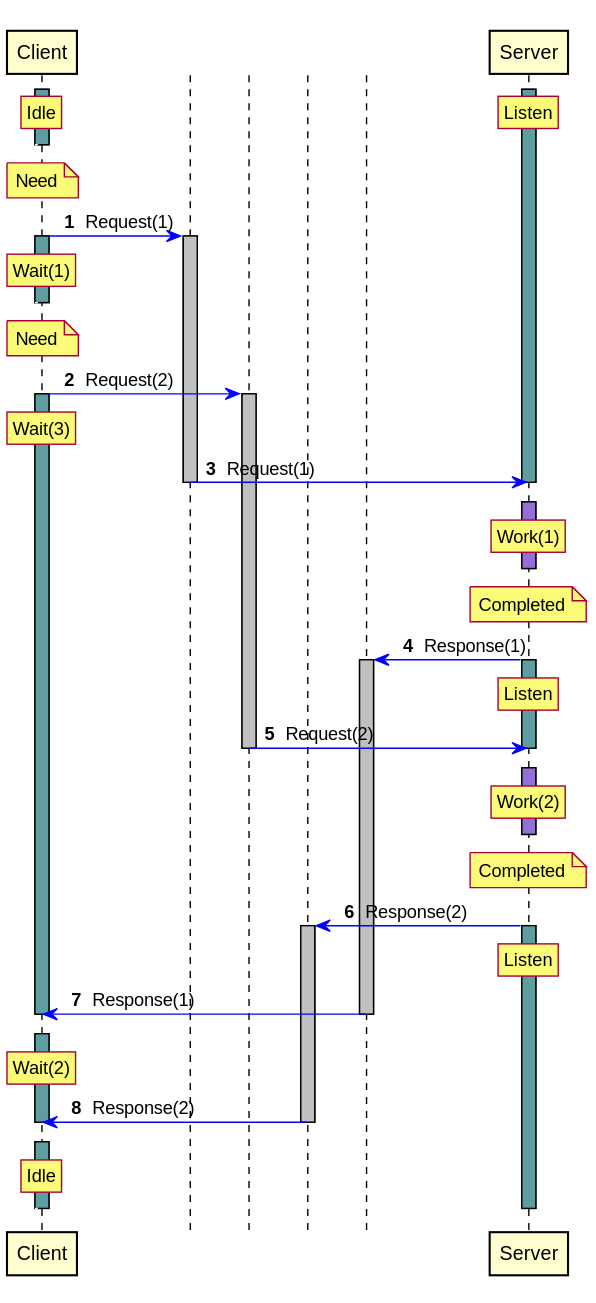
The PlantUML diagram tests/expected/test_ordered_client_server/sequence.svg in orenbenkiki/total-space, before a commit. Its diagram source:
```plantuml
@startuml
autonumber " <b>#</b> "
skinparam shadowing false
skinparam sequence {
ArrowColor Black
ActorBorderColor Black
LifeLineBorderColor Black
LifeLineBackgroundColor Black
ParticipantBorderColor Black
}
skinparam ControlBorderColor White
skinparam ControlBackgroundColor White
participant "Client" as A0 order 10100
activate A0 #CadetBlue
participant "Server" as A1 order 10200
activate A1 #CadetBlue
rnote over A0 : Idle
/ rnote over A1 : Listen
autonumber stop
[<[#White]-- A0
autonumber resume
deactivate A0
note over A0 : Need
control " " as T0 order 10101
A0 -[#Blue]> T0 : Request(1)
activate T0 #Silver
activate A0 #CadetBlue
rnote over A0 : Wait(1)
autonumber stop
[<[#White]-- A0
autonumber resume
deactivate A0
note over A0 : Need
control " " as T1 order 10102
A0 -[#Blue]> T1 : Request(2)
activate T1 #Silver
activate A0 #CadetBlue
rnote over A0 : Wait(3)
T0 -[#Blue]> A1 : Request(1)
deactivate T0
deactivate A1
autonumber stop
[<[#White]-- A0
autonumber resume
activate A1 #MediumPurple
rnote over A1 : Work(1)
autonumber stop
[<[#White]-- A0
autonumber resume
deactivate A1
note over A1 : Completed
control " " as T2 order 10199
A1 -[#Blue]> T2 : Response(1)
activate T2 #Silver
activate A1 #CadetBlue
rnote over A1 : Listen
T1 -[#Blue]> A1 : Request(2)
deactivate T1
deactivate A1
autonumber stop
[<[#White]-- A0
autonumber resume
activate A1 #MediumPurple
rnote over A1 : Work(2)
autonumber stop
[<[#White]-- A0
autonumber resume
deactivate A1
note over A1 : Completed
control " " as T3 order 10198
A1 -[#Blue]> T3 : Response(2)
activate T3 #Silver
activate A1 #CadetBlue
rnote over A1 : Listen
T2 -[#Blue]> A0 : Response(1)
deactivate T2
deactivate A0
autonumber stop
[<[#White]-- A0
autonumber resume
activate A0 #CadetBlue
rnote over A0 : Wait(2)
T3 -[#Blue]> A0 : Response(2)
deactivate T3
deactivate A0
autonumber stop
[<[#White]-- A0
autonumber resume
activate A0 #CadetBlue
rnote over A0 : Idle
autonumber stop
[<[#White]-- A0
autonumber resume
deactivate A0
deactivate A1
@enduml
```
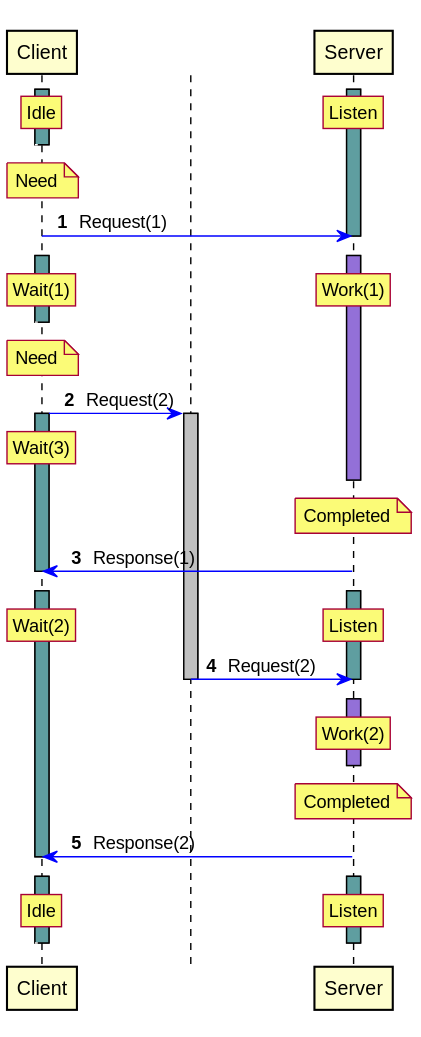
After the commit.

Change to the diagram source:
```diff
@@ -21,41 +21,41 @@
 autonumber resume
 deactivate A0
 note over A0 : Need
-control " " as T0 order 10101
-A0 -[#Blue]> T0 : Request(1)
-activate T0 #Silver
+A0 -[#Blue]> A1 : Request(1)
+deactivate A1
+autonumber stop
+[<[#White]-- A0
+autonumber resume
 activate A0 #CadetBlue
+activate A1 #MediumPurple
 rnote over A0 : Wait(1)
+/ rnote over A1 : Work(1)
 autonumber stop
 [<[#White]-- A0
 autonumber resume
 deactivate A0
 note over A0 : Need
-control " " as T1 order 10102
-A0 -[#Blue]> T1 : Request(2)
-activate T1 #Silver
+control " " as T0 order 10101
+A0 -[#Blue]> T0 : Request(2)
+activate T0 #Silver
 activate A0 #CadetBlue
 rnote over A0 : Wait(3)
-T0 -[#Blue]> A1 : Request(1)
-deactivate T0
-deactivate A1
-autonumber stop
-[<[#White]-- A0
-autonumber resume
-activate A1 #MediumPurple
-rnote over A1 : Work(1)
 autonumber stop
 [<[#White]-- A0
 autonumber resume
 deactivate A1
 note over A1 : Completed
-control " " as T2 order 10199
-A1 -[#Blue]> T2 : Response(1)
-activate T2 #Silver
+A1 -[#Blue]> A0 : Response(1)
+deactivate A0
+autonumber stop
+[<[#White]-- A0
+autonumber resume
 activate A1 #CadetBlue
+activate A0 #CadetBlue
 rnote over A1 : Listen
-T1 -[#Blue]> A1 : Request(2)
-deactivate T1
+/ rnote over A0 : Wait(2)
+T0 -[#Blue]> A1 : Request(2)
+deactivate T0
 deactivate A1
 autonumber stop
 [<[#White]-- A0
@@ -67,27 +67,15 @@
 autonumber resume
 deactivate A1
 note over A1 : Completed
-control " " as T3 order 10198
-A1 -[#Blue]> T3 : Response(2)
-activate T3 #Silver
-activate A1 #CadetBlue
-rnote over A1 : Listen
-T2 -[#Blue]> A0 : Response(1)
-deactivate T2
+A1 -[#Blue]> A0 : Response(2)
 deactivate A0
 autonumber stop
 [<[#White]-- A0
 autonumber resume
 activate A0 #CadetBlue
-rnote over A0 : Wait(2)
-T3 -[#Blue]> A0 : Response(2)
-deactivate T3
-deactivate A0
-autonumber stop
-[<[#White]-- A0
-autonumber resume
-activate A0 #CadetBlue
+activate A1 #CadetBlue
 rnote over A0 : Idle
+/ rnote over A1 : Listen
 autonumber stop
 [<[#White]-- A0
 autonumber resume
```
